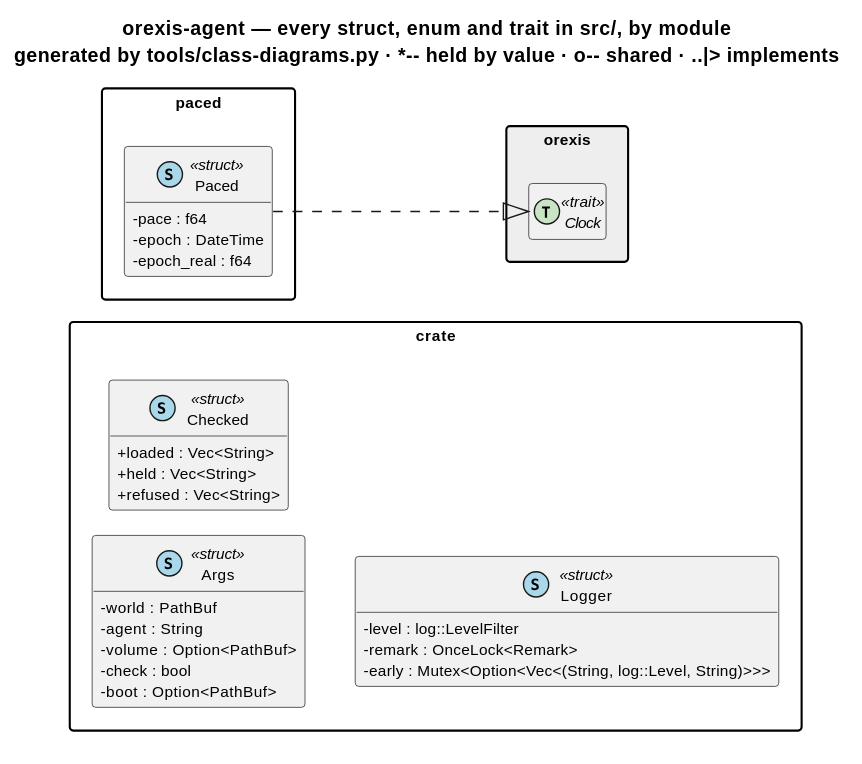
Earlier version of the PlantUML export knowledge/diagrams/package-orexis-agent.svg (ShishkinDmitriy/orexis). Its diagram source:
```plantuml
@startuml
!pragma layout smetana
title orexis-agent — every struct, enum and trait in src/, by module\ngenerated by tools/class-diagrams.py · ~*~-~- held by value · o~-~- shared · ..|> implements
skinparam shadowing false
skinparam classAttributeIconSize 0
skinparam defaultFontSize 11
skinparam packageStyle rectangle
hide empty members
left to right direction

package "(crate)" {
  class "Args" as orexis_agent___crate___Args << (S,#A8D8EA) struct >> {
    {field} -world : PathBuf
    {field} -agent : String
    {field} -volume : Option<PathBuf>
    {field} -check : bool
    {field} -boot : Option<PathBuf>
  }
  class "Checked" as orexis_agent___crate___Checked << (S,#A8D8EA) struct >> {
    {field} +loaded : Vec<String>
    {field} +held : Vec<String>
    {field} +refused : Vec<String>
  }
  class "Logger" as orexis_agent___crate___Logger << (S,#A8D8EA) struct >> {
    {field} -level : log::LevelFilter
    {field} -remark : OnceLock<Remark>
    {field} -early : Mutex<Option<Vec<(String, log::Level, String)>>>
  }
}
package "paced" {
  class "Paced" as orexis_agent__paced__Paced << (S,#A8D8EA) struct >> {
    {field} -pace : f64
    {field} -epoch : DateTime
    {field} -epoch_real : f64
  }
}

package "orexis" #EEEEEE {
  interface "Clock" as orexis__clock__Clock << (T,#C9E4C5) trait >>
}

orexis_agent__paced__Paced ..|> orexis__clock__Clock
@enduml
```
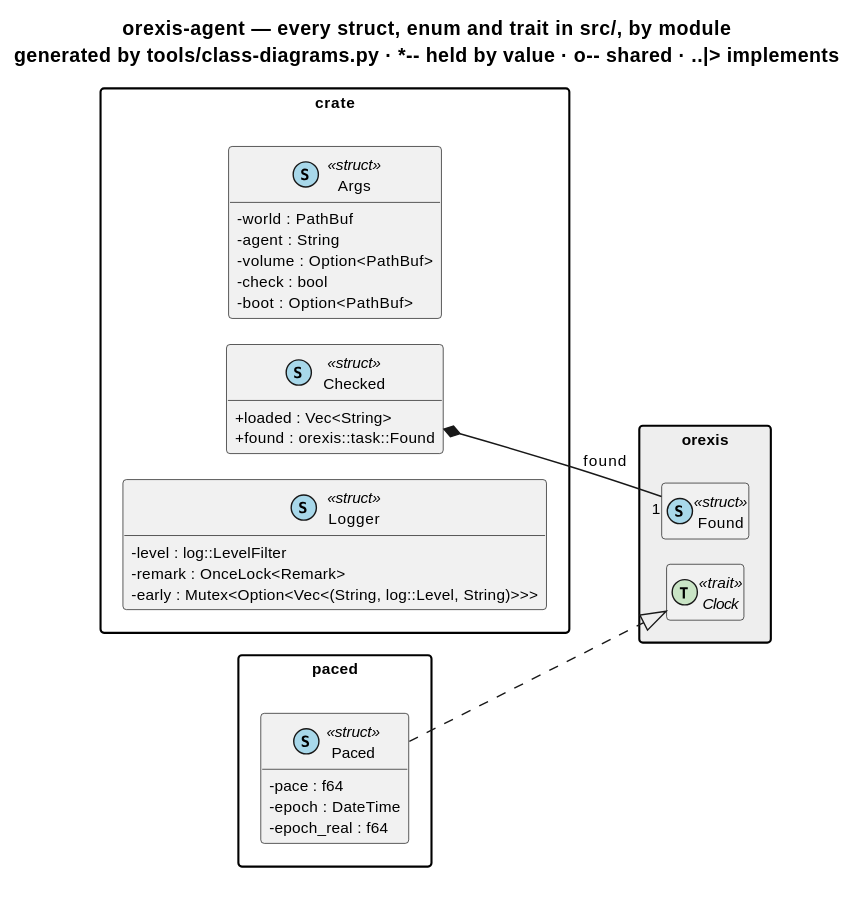
After the change.

Change to the diagram source:
```diff
@@ -18,8 +18,7 @@
   }
   class "Checked" as orexis_agent___crate___Checked << (S,#A8D8EA) struct >> {
     {field} +loaded : Vec<String>
-    {field} +held : Vec<String>
-    {field} +refused : Vec<String>
+    {field} +found : orexis::task::Found
   }
   class "Logger" as orexis_agent___crate___Logger << (S,#A8D8EA) struct >> {
     {field} -level : log::LevelFilter
@@ -37,7 +36,9 @@
 
 package "orexis" #EEEEEE {
   interface "Clock" as orexis__clock__Clock << (T,#C9E4C5) trait >>
+  class "Found" as orexis__task__provided__Found << (S,#A8D8EA) struct >>
 }
 
+orexis_agent___crate___Checked *-- "1" orexis__task__provided__Found : found
 orexis_agent__paced__Paced ..|> orexis__clock__Clock
 @enduml
```
